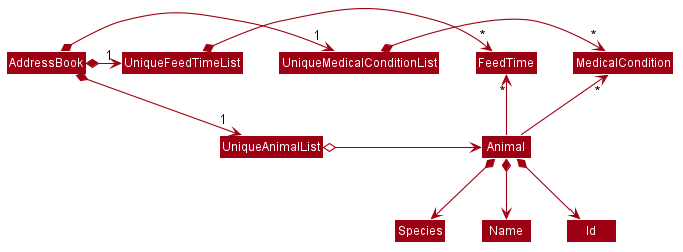
nus-cs2103-AY2021S1/tp keeps this PlantUML diagram as docs/images/BetterModelClassDiagram.png. Above is the earlier version.
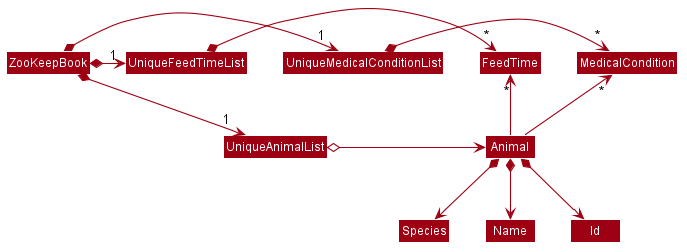
After the commit.

Commit message:
Update Logic class diagram

What changed in the source:
```diff
@@ -51,9 +51,9 @@
 skinparam arrowColor #9D0012
 skinparam classBackgroundColor #9D0012
 
-AddressBook *-right-> "1" UniqueAnimalList
-AddressBook *-right-> "1" UniqueMedicalConditionList
-AddressBook *-right-> "1" UniqueFeedTimeList
+ZooKeepBook *-right-> "1" UniqueAnimalList
+ZooKeepBook *-right-> "1" UniqueMedicalConditionList
+ZooKeepBook *-right-> "1" UniqueFeedTimeList
 
 UniqueMedicalConditionList -[hidden]down- UniqueAnimalList
 UniqueFeedTimeList -[hidden]down- UniqueAnimalList
```
